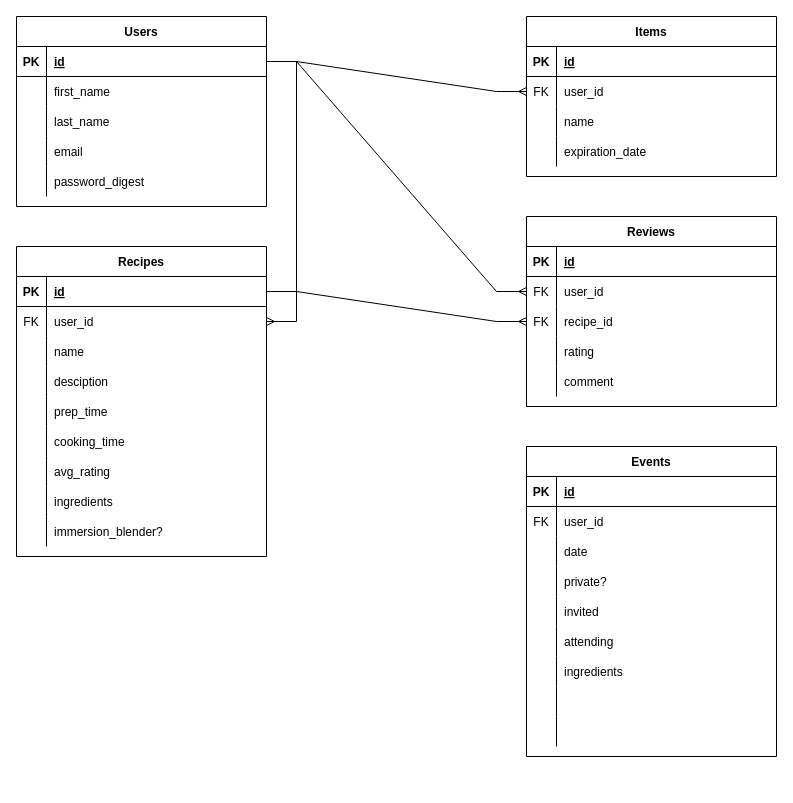
Earlier version of the draw.io diagram docs/ERD.drawio (Eruzai/soup_pot). Source tidied: cells renumbered, new cells numbered last; positions are measured from the earlier drawing's top-left corner, leaving out a move shared by most shapes. Both pictures are drawn from the tidied source at 100%, with x=0, y=0 at pixel (16, 16).
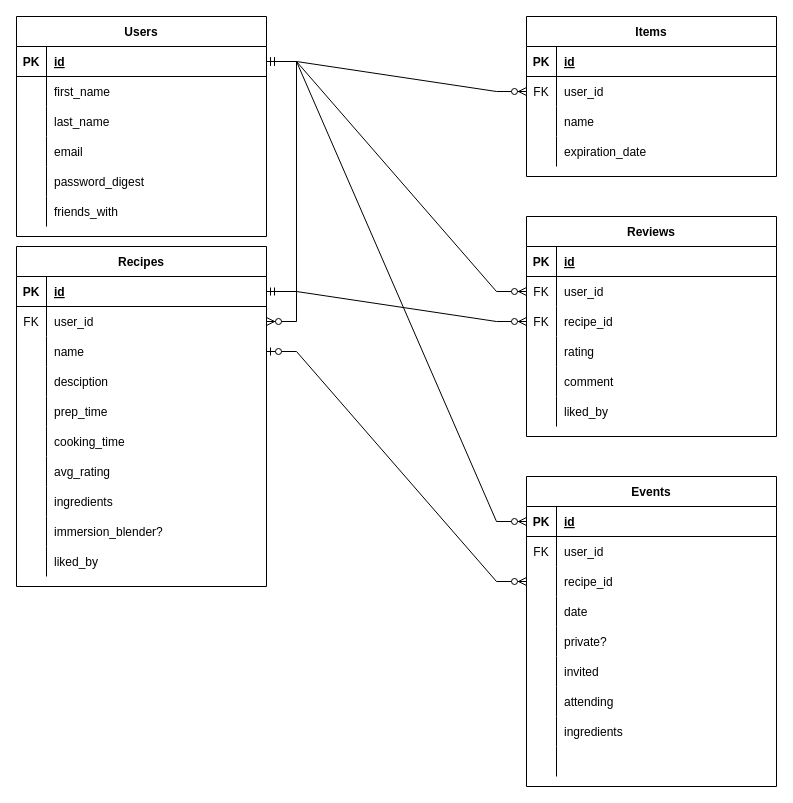
After the change.

Commit message:
chore: update ERD with mandatory/optional relationships

The change refers to these unchanged cells:
```xml
<mxCell id="3" style="shape=partialRectangle;fillColor=none;points=[[0,0.5],[1,0.5]];portConstraint=eastwest;top=0;left=0;right=0;bottom=1;" parent="2" vertex="1">
  <mxGeometry y="30" width="250" height="30" as="geometry" />
</mxCell>
<mxCell id="19" style="shape=partialRectangle;fillColor=none;points=[[0,0.5],[1,0.5]];portConstraint=eastwest;top=0;left=0;right=0;bottom=1;" parent="18" vertex="1">
  <mxGeometry y="30" width="250" height="30" as="geometry" />
</mxCell>
<mxCell id="22" style="shape=partialRectangle;fillColor=none;points=[[0,0.5],[1,0.5]];portConstraint=eastwest;top=0;left=0;right=0;bottom=0;" parent="18" vertex="1">
  <mxGeometry y="60" width="250" height="30" as="geometry" />
</mxCell>
<mxCell id="25" style="shape=partialRectangle;fillColor=none;points=[[0,0.5],[1,0.5]];portConstraint=eastwest;top=0;left=0;right=0;bottom=0;" parent="18" vertex="1">
  <mxGeometry y="90" width="250" height="30" as="geometry" />
</mxCell>
<mxCell id="50" style="shape=partialRectangle;fillColor=none;points=[[0,0.5],[1,0.5]];portConstraint=eastwest;top=0;left=0;right=0;bottom=0;" parent="46" vertex="1">
  <mxGeometry y="60" width="250" height="30" as="geometry" />
</mxCell>
<mxCell id="63" style="shape=partialRectangle;fillColor=none;points=[[0,0.5],[1,0.5]];portConstraint=eastwest;top=0;left=0;right=0;bottom=0;" parent="59" vertex="1">
  <mxGeometry y="60" width="250" height="30" as="geometry" />
</mxCell>
<mxCell id="66" style="shape=partialRectangle;fillColor=none;points=[[0,0.5],[1,0.5]];portConstraint=eastwest;top=0;left=0;right=0;bottom=0;" parent="59" vertex="1">
  <mxGeometry y="90" width="250" height="30" as="geometry" />
</mxCell>
<mxCell id="80" style="shape=partialRectangle;fillColor=none;points=[[0,0.5],[1,0.5]];portConstraint=eastwest;top=0;left=0;right=0;bottom=1;" parent="79" vertex="1">
  <mxGeometry y="30" width="250" height="30" as="geometry" />
</mxCell>
```

Diff of the diagram source:
```diff
@@
     <mxCell id="2" value="Users" style="shape=table;startSize=30;childLayout=tableLayout;rowLines=0;fontStyle=1;align=center;" parent="1" vertex="1">
-      <mxGeometry width="250" height="190" as="geometry" />
+      <mxGeometry width="250" height="220" as="geometry" />
     </mxCell>
@@
+    <mxCell id="107" style="shape=partialRectangle;fillColor=none;top=0;left=0;right=0;bottom=0;" parent="2" vertex="1">
+      <mxGeometry y="180" width="250" height="30" as="geometry" />
+    </mxCell>
+    <mxCell id="108" style="shape=partialRectangle;overflow=hidden;fillColor=none;top=0;left=0;bottom=0;right=0;" parent="107" vertex="1">
+      <mxGeometry width="30" height="30" as="geometry" />
+    </mxCell>
+    <mxCell id="109" value="friends_with" style="shape=partialRectangle;overflow=hidden;fillColor=none;top=0;left=0;bottom=0;right=0;align=left;spacingLeft=6;" parent="107" vertex="1">
+      <mxGeometry x="30" width="220" height="30" as="geometry" />
+    </mxCell>
     <mxCell id="18" value="Recipes" style="shape=table;startSize=30;childLayout=tableLayout;rowLines=0;fontStyle=1;align=center;" parent="1" vertex="1">
-      <mxGeometry y="230" width="250" height="310" as="geometry" />
+      <mxGeometry y="230" width="250" height="340" as="geometry" />
     </mxCell>
@@
+    <mxCell id="110" style="shape=partialRectangle;fillColor=none;top=0;left=0;right=0;bottom=0;" parent="18" vertex="1">
+      <mxGeometry y="300" width="250" height="30" as="geometry" />
+    </mxCell>
+    <mxCell id="111" style="shape=partialRectangle;overflow=hidden;fillColor=none;top=0;left=0;bottom=0;right=0;" parent="110" vertex="1">
+      <mxGeometry width="30" height="30" as="geometry" />
+    </mxCell>
+    <mxCell id="112" value="liked_by" style="shape=partialRectangle;overflow=hidden;fillColor=none;top=0;left=0;bottom=0;right=0;align=left;spacingLeft=6;" parent="110" vertex="1">
+      <mxGeometry x="30" width="220" height="30" as="geometry" />
+    </mxCell>
@@
     <mxCell id="59" value="Reviews" style="shape=table;startSize=30;childLayout=tableLayout;rowLines=0;fontStyle=1;align=center;" parent="1" vertex="1">
-      <mxGeometry x="510" y="200" width="250" height="190" as="geometry" />
+      <mxGeometry x="510" y="200" width="250" height="220" as="geometry" />
     </mxCell>
@@
-    <mxCell id="75" style="edgeStyle=entityRelationEdgeStyle;fontSize=12;html=1;endArrow=ERmany;rounded=0;exitX=1;exitY=0.5;exitDx=0;exitDy=0;entryX=0;entryY=0.5;entryDx=0;entryDy=0;" parent="1" edge="1" source="3" target="50">
-      <mxGeometry relative="1" as="geometry" />
-    </mxCell>
-    <mxCell id="76" style="edgeStyle=entityRelationEdgeStyle;fontSize=12;html=1;endArrow=ERmany;rounded=0;exitX=1;exitY=0.5;exitDx=0;exitDy=0;entryX=0;entryY=0.5;entryDx=0;entryDy=0;" parent="1" edge="1" source="3" target="63">
-      <mxGeometry relative="1" as="geometry" />
-    </mxCell>
-    <mxCell id="77" style="edgeStyle=entityRelationEdgeStyle;fontSize=12;html=1;endArrow=ERmany;rounded=0;entryX=1;entryY=0.5;entryDx=0;entryDy=0;" parent="1" edge="1" target="22">
-      <mxGeometry relative="1" as="geometry">
-        <mxPoint x="250" y="45" as="sourcePoint" />
-      </mxGeometry>
-    </mxCell>
-    <mxCell id="78" style="edgeStyle=entityRelationEdgeStyle;fontSize=12;html=1;endArrow=ERmany;rounded=0;exitX=1;exitY=0.5;exitDx=0;exitDy=0;entryX=0;entryY=0.5;entryDx=0;entryDy=0;" parent="1" edge="1" source="19" target="66">
-      <mxGeometry relative="1" as="geometry" />
-    </mxCell>
+    <mxCell id="113" style="shape=partialRectangle;fillColor=none;top=0;left=0;right=0;bottom=0;" parent="59" vertex="1">
+      <mxGeometry y="180" width="250" height="30" as="geometry" />
+    </mxCell>
+    <mxCell id="114" style="shape=partialRectangle;overflow=hidden;fillColor=none;top=0;left=0;bottom=0;right=0;" parent="113" vertex="1">
+      <mxGeometry width="30" height="30" as="geometry" />
+    </mxCell>
+    <mxCell id="115" value="liked_by" style="shape=partialRectangle;overflow=hidden;fillColor=none;top=0;left=0;bottom=0;right=0;align=left;spacingLeft=6;" parent="113" vertex="1">
+      <mxGeometry x="30" width="220" height="30" as="geometry" />
+    </mxCell>
     <mxCell id="79" value="Events" style="shape=table;startSize=30;childLayout=tableLayout;rowLines=0;fontStyle=1;align=center;" parent="1" vertex="1">
-      <mxGeometry x="510" y="430" width="250" height="310" as="geometry" />
+      <mxGeometry x="510" y="460" width="250" height="310" as="geometry" />
     </mxCell>
@@
+    <mxCell id="101" style="shape=partialRectangle;fillColor=none;points=[[0,0.5],[1,0.5]];portConstraint=eastwest;top=0;left=0;right=0;bottom=0;" parent="79" vertex="1">
+      <mxGeometry y="90" width="250" height="30" as="geometry" />
+    </mxCell>
+    <mxCell id="102" style="shape=partialRectangle;overflow=hidden;fillColor=none;top=0;left=0;bottom=0;right=0;" parent="101" vertex="1">
+      <mxGeometry width="30" height="30" as="geometry" />
+    </mxCell>
+    <mxCell id="103" value="recipe_id" style="shape=partialRectangle;overflow=hidden;fillColor=none;top=0;left=0;bottom=0;right=0;align=left;spacingLeft=6;" parent="101" vertex="1">
+      <mxGeometry x="30" width="220" height="30" as="geometry" />
+    </mxCell>
     <mxCell id="86" style="shape=partialRectangle;fillColor=none;top=0;left=0;right=0;bottom=0;" parent="79" vertex="1">
-      <mxGeometry y="90" width="250" height="30" as="geometry" />
+      <mxGeometry y="120" width="250" height="30" as="geometry" />
     </mxCell>
@@
     <mxCell id="89" style="shape=partialRectangle;fillColor=none;top=0;left=0;right=0;bottom=0;" parent="79" vertex="1">
-      <mxGeometry y="120" width="250" height="30" as="geometry" />
+      <mxGeometry y="150" width="250" height="30" as="geometry" />
     </mxCell>
@@
     <mxCell id="92" style="shape=partialRectangle;fillColor=none;top=0;left=0;right=0;bottom=0;" parent="79" vertex="1">
-      <mxGeometry y="150" width="250" height="30" as="geometry" />
+      <mxGeometry y="180" width="250" height="30" as="geometry" />
     </mxCell>
@@
     <mxCell id="95" style="shape=partialRectangle;fillColor=none;top=0;left=0;right=0;bottom=0;" parent="79" vertex="1">
-      <mxGeometry y="180" width="250" height="30" as="geometry" />
+      <mxGeometry y="210" width="250" height="30" as="geometry" />
     </mxCell>
@@
     <mxCell id="98" style="shape=partialRectangle;fillColor=none;top=0;left=0;right=0;bottom=0;" parent="79" vertex="1">
-      <mxGeometry y="210" width="250" height="30" as="geometry" />
+      <mxGeometry y="240" width="250" height="30" as="geometry" />
     </mxCell>
@@
-    <mxCell id="101" style="shape=partialRectangle;fillColor=none;points=[[0,0.5],[1,0.5]];portConstraint=eastwest;top=0;left=0;right=0;bottom=0;" parent="79" vertex="1">
-      <mxGeometry y="240" width="250" height="30" as="geometry" />
-    </mxCell>
-    <mxCell id="102" style="shape=partialRectangle;overflow=hidden;fillColor=none;top=0;left=0;bottom=0;right=0;" parent="101" vertex="1">
-      <mxGeometry width="30" height="30" as="geometry" />
-    </mxCell>
-    <mxCell id="103" style="shape=partialRectangle;overflow=hidden;fillColor=none;top=0;left=0;bottom=0;right=0;align=left;spacingLeft=6;" parent="101" vertex="1">
-      <mxGeometry x="30" width="220" height="30" as="geometry" />
-    </mxCell>
@@
+    <mxCell id="116" style="edgeStyle=entityRelationEdgeStyle;fontSize=12;html=1;endArrow=ERzeroToMany;startArrow=ERzeroToOne;rounded=0;entryX=0;entryY=0.5;entryDx=0;entryDy=0;exitX=1;exitY=0.5;exitDx=0;exitDy=0;" parent="1" edge="1" source="25" target="101">
+      <mxGeometry relative="1" as="geometry" />
+    </mxCell>
+    <mxCell id="78" style="edgeStyle=entityRelationEdgeStyle;fontSize=12;html=1;endArrow=ERzeroToMany;startArrow=ERmandOne;rounded=0;exitX=1;exitY=0.5;exitDx=0;exitDy=0;entryX=0;entryY=0.5;entryDx=0;entryDy=0;" parent="1" edge="1" source="19" target="66">
+      <mxGeometry relative="1" as="geometry" />
+    </mxCell>
+    <mxCell id="76" style="edgeStyle=entityRelationEdgeStyle;fontSize=12;html=1;endArrow=ERzeroToMany;startArrow=ERmandOne;rounded=0;exitX=1;exitY=0.5;exitDx=0;exitDy=0;entryX=0;entryY=0.5;entryDx=0;entryDy=0;" parent="1" edge="1" source="3" target="63">
+      <mxGeometry relative="1" as="geometry" />
+    </mxCell>
+    <mxCell id="75" style="edgeStyle=entityRelationEdgeStyle;fontSize=12;html=1;endArrow=ERzeroToMany;startArrow=ERmandOne;rounded=0;exitX=1;exitY=0.5;exitDx=0;exitDy=0;entryX=0;entryY=0.5;entryDx=0;entryDy=0;" parent="1" edge="1" source="3" target="50">
+      <mxGeometry relative="1" as="geometry" />
+    </mxCell>
+    <mxCell id="117" style="edgeStyle=entityRelationEdgeStyle;fontSize=12;html=1;endArrow=ERzeroToMany;startArrow=ERmandOne;rounded=0;exitX=1;exitY=0.5;exitDx=0;exitDy=0;" parent="1" edge="1" source="3" target="22">
+      <mxGeometry relative="1" as="geometry" />
+    </mxCell>
+    <mxCell id="118" style="edgeStyle=entityRelationEdgeStyle;fontSize=12;html=1;endArrow=ERzeroToMany;startArrow=ERmandOne;rounded=0;exitX=1;exitY=0.5;exitDx=0;exitDy=0;entryX=0;entryY=0.5;entryDx=0;entryDy=0;" parent="1" edge="1" source="3" target="80">
+      <mxGeometry relative="1" as="geometry" />
+    </mxCell>
```
